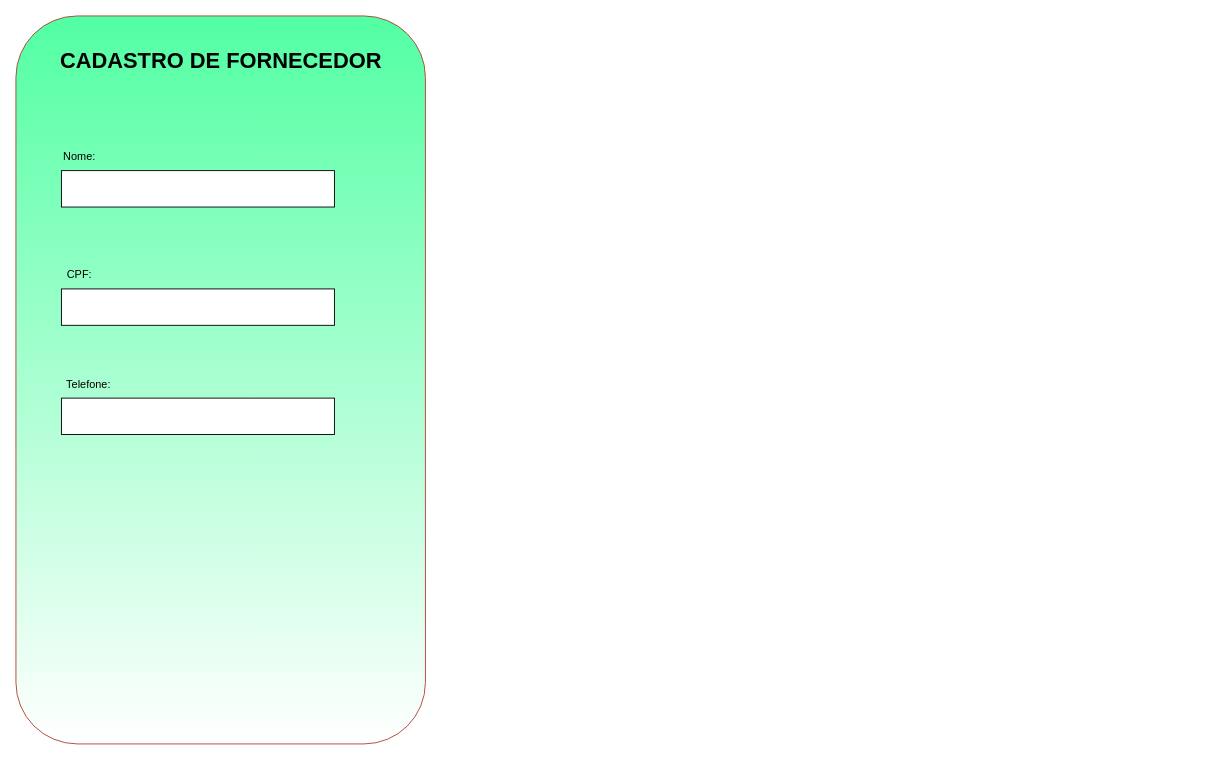
Above: page "Página-7" (7 of 7) of CADASTRARCLIENTETELA.drawio in Brazuca17/appEquipe (draw.io), before the change. Source tidied: cells renumbered, new cells numbered last; positions are measured from the earlier drawing's top-left corner, leaving out a move shared by most shapes. Both pictures are drawn from the tidied source at 91%, with x=0, y=0 at pixel (15, 15).
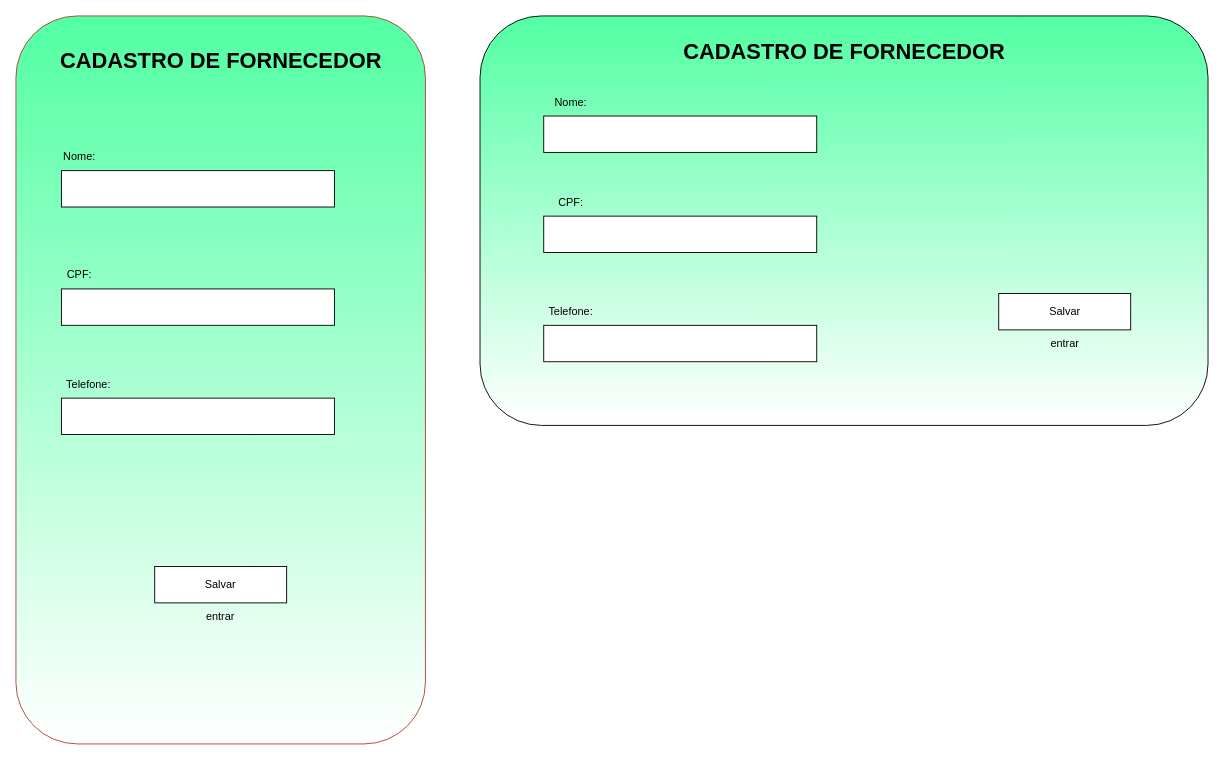
Above is the later version.

Change to the diagram source:
```diff
@@
+    <mxCell id="10" style="rounded=0;whiteSpace=wrap;html=1;" parent="1" vertex="1">
+      <mxGeometry x="152.5" y="605" width="145" height="40" as="geometry" />
+    </mxCell>
+    <mxCell id="11" value="Salvar" style="text;html=1;align=center;verticalAlign=middle;whiteSpace=wrap;rounded=0;" parent="1" vertex="1">
+      <mxGeometry x="195" y="610" width="60" height="30" as="geometry" />
+    </mxCell>
+    <mxCell id="12" value="entrar" style="text;html=1;align=center;verticalAlign=middle;whiteSpace=wrap;rounded=0;" parent="1" vertex="1">
+      <mxGeometry x="195" y="645" width="60" height="30" as="geometry" />
+    </mxCell>
+    <mxCell id="13" style="rounded=1;whiteSpace=wrap;html=1;fillColor=#52FFA3;gradientColor=#FFFFFF;" parent="1" vertex="1">
+      <mxGeometry x="510" width="800" height="450" as="geometry" />
+    </mxCell>
+    <mxCell id="14" value="CADASTRO DE FORNECEDOR" style="text;strokeColor=none;fillColor=none;html=1;fontSize=24;fontStyle=1;verticalAlign=middle;align=center;" parent="1" vertex="1">
+      <mxGeometry x="860" y="20" width="100" height="40" as="geometry" />
+    </mxCell>
+    <mxCell id="15" style="rounded=0;whiteSpace=wrap;html=1;" parent="1" vertex="1">
+      <mxGeometry x="580" y="110" width="300" height="40" as="geometry" />
+    </mxCell>
+    <mxCell id="16" value="Nome:" style="text;html=1;align=center;verticalAlign=middle;whiteSpace=wrap;rounded=0;" parent="1" vertex="1">
+      <mxGeometry x="580" y="80" width="60" height="30" as="geometry" />
+    </mxCell>
+    <mxCell id="17" value="CPF:" style="text;html=1;align=center;verticalAlign=middle;whiteSpace=wrap;rounded=0;" parent="1" vertex="1">
+      <mxGeometry x="580" y="190" width="60" height="30" as="geometry" />
+    </mxCell>
+    <mxCell id="18" style="rounded=0;whiteSpace=wrap;html=1;" parent="1" vertex="1">
+      <mxGeometry x="580" y="220" width="300" height="40" as="geometry" />
+    </mxCell>
+    <mxCell id="19" value="Telefone:" style="text;html=1;align=center;verticalAlign=middle;whiteSpace=wrap;rounded=0;" parent="1" vertex="1">
+      <mxGeometry x="580" y="310" width="60" height="30" as="geometry" />
+    </mxCell>
+    <mxCell id="20" style="rounded=0;whiteSpace=wrap;html=1;" parent="1" vertex="1">
+      <mxGeometry x="580" y="340" width="300" height="40" as="geometry" />
+    </mxCell>
+    <mxCell id="21" style="rounded=0;whiteSpace=wrap;html=1;" parent="1" vertex="1">
+      <mxGeometry x="1080" y="305" width="145" height="40" as="geometry" />
+    </mxCell>
+    <mxCell id="22" value="Salvar" style="text;html=1;align=center;verticalAlign=middle;whiteSpace=wrap;rounded=0;" parent="1" vertex="1">
+      <mxGeometry x="1122.5" y="310" width="60" height="30" as="geometry" />
+    </mxCell>
+    <mxCell id="23" value="entrar" style="text;html=1;align=center;verticalAlign=middle;whiteSpace=wrap;rounded=0;" parent="1" vertex="1">
+      <mxGeometry x="1122.5" y="345" width="60" height="30" as="geometry" />
+    </mxCell>
```
